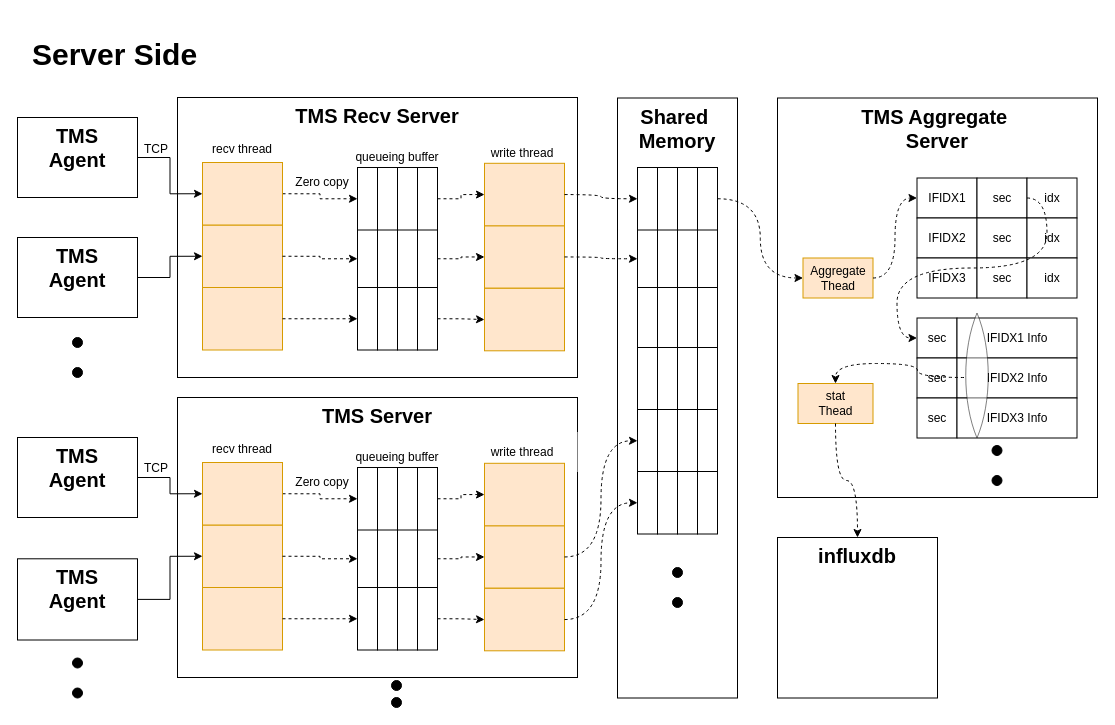
This is page "Server side" (3 of 3) of 제목 없는 다이어그램.drawio from aim65k/nextrade2, a draw.io file, before an edit. Source tidied: cells renumbered, new cells numbered last; positions are measured from the earlier drawing's top-left corner, leaving out a move shared by most shapes. Both pictures are drawn from the tidied source at 100%, with x=0, y=0 at pixel (17, 27).
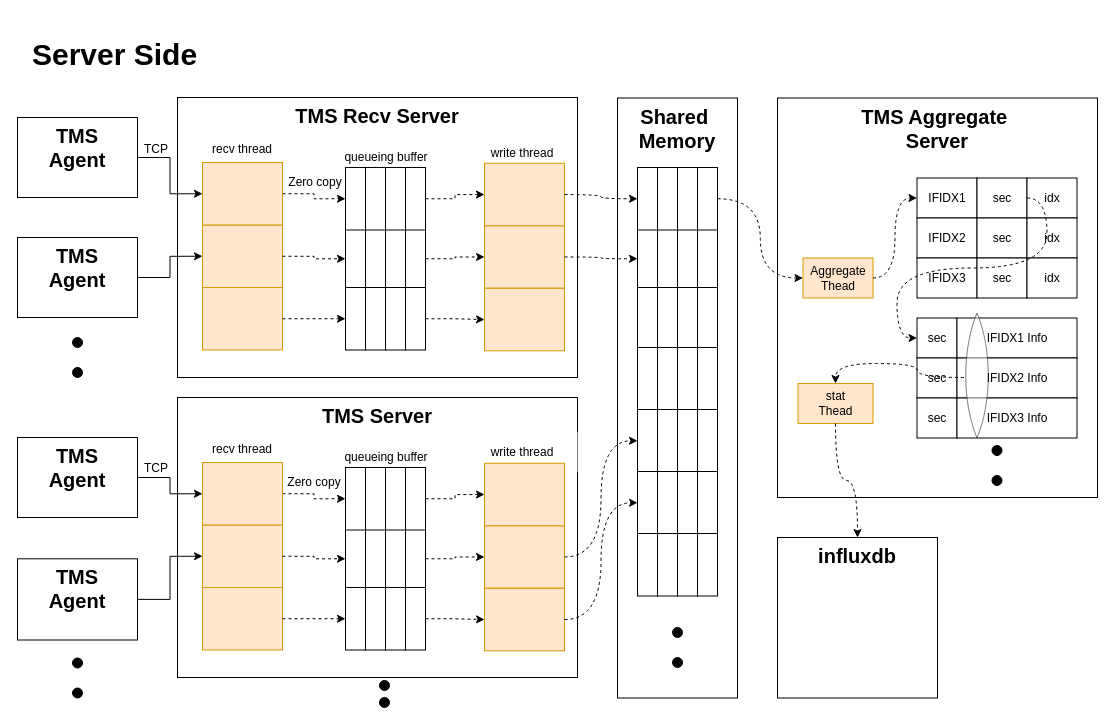
Above is the later version.

Change to the diagram source:
```diff
@@
     <mxCell id="23" value="queueing buffer" style="rounded=0;whiteSpace=wrap;html=1;labelBackgroundColor=none;strokeColor=none;" parent="1" vertex="1">
-      <mxGeometry x="325" y="110" width="110" height="40" as="geometry" />
+      <mxGeometry x="314" y="110" width="110" height="40" as="geometry" />
     </mxCell>
     <mxCell id="24" value="Zero copy" style="rounded=0;whiteSpace=wrap;html=1;labelBackgroundColor=none;strokeColor=none;opacity=0;" parent="1" vertex="1">
-      <mxGeometry x="250" y="135" width="110" height="40" as="geometry" />
+      <mxGeometry x="243" y="135" width="110" height="40" as="geometry" />
     </mxCell>
@@
     <mxCell id="58" style="group;" parent="1" vertex="1">
-      <mxGeometry x="340" y="140" width="80" height="182.5" as="geometry" />
+      <mxGeometry x="328" y="140" width="80" height="182.5" as="geometry" />
     </mxCell>
@@
     <mxCell id="77" style="ellipse;whiteSpace=wrap;html=1;labelBackgroundColor=none;fillColor=#000000;" parent="1" vertex="1">
-      <mxGeometry x="374" y="653" width="10" height="10" as="geometry" />
+      <mxGeometry x="362" y="653" width="10" height="10" as="geometry" />
     </mxCell>
@@
     <mxCell id="89" value="queueing buffer" style="rounded=0;whiteSpace=wrap;html=1;labelBackgroundColor=none;strokeColor=none;" parent="1" vertex="1">
-      <mxGeometry x="325" y="410" width="110" height="40" as="geometry" />
+      <mxGeometry x="314" y="410" width="110" height="40" as="geometry" />
     </mxCell>
     <mxCell id="90" value="Zero copy" style="rounded=0;whiteSpace=wrap;html=1;labelBackgroundColor=none;strokeColor=none;opacity=0;" parent="1" vertex="1">
-      <mxGeometry x="250" y="435" width="110" height="40" as="geometry" />
+      <mxGeometry x="242" y="435" width="110" height="40" as="geometry" />
     </mxCell>
@@
     <mxCell id="93" style="group;" parent="1" vertex="1">
-      <mxGeometry x="340" y="440" width="80" height="182.5" as="geometry" />
+      <mxGeometry x="328" y="440" width="80" height="182.5" as="geometry" />
     </mxCell>
@@
     <mxCell id="115" style="ellipse;whiteSpace=wrap;html=1;labelBackgroundColor=none;fillColor=#000000;" parent="1" vertex="1">
-      <mxGeometry x="374" y="670" width="10" height="10" as="geometry" />
+      <mxGeometry x="362" y="670" width="10" height="10" as="geometry" />
     </mxCell>
@@
     <mxCell id="117" style="group;" parent="1" vertex="1">
-      <mxGeometry x="655" y="540" width="10" height="40" as="geometry" />
+      <mxGeometry x="655" y="600" width="10" height="40" as="geometry" />
     </mxCell>
@@
+    <mxCell id="163" style="group;" parent="1" vertex="1">
+      <mxGeometry x="620" y="506" width="80" height="62.5" as="geometry" />
+    </mxCell>
+    <mxCell id="164" style="rounded=0;whiteSpace=wrap;html=1;labelBackgroundColor=none;" parent="163" vertex="1">
+      <mxGeometry width="20" height="62.5" as="geometry" />
+    </mxCell>
+    <mxCell id="165" style="rounded=0;whiteSpace=wrap;html=1;labelBackgroundColor=none;" parent="163" vertex="1">
+      <mxGeometry x="40" width="20" height="62.5" as="geometry" />
+    </mxCell>
+    <mxCell id="166" style="rounded=0;whiteSpace=wrap;html=1;labelBackgroundColor=none;" parent="163" vertex="1">
+      <mxGeometry x="20" width="20" height="62.5" as="geometry" />
+    </mxCell>
+    <mxCell id="167" style="rounded=0;whiteSpace=wrap;html=1;labelBackgroundColor=none;" parent="163" vertex="1">
+      <mxGeometry x="60" width="20" height="62.5" as="geometry" />
+    </mxCell>
```
